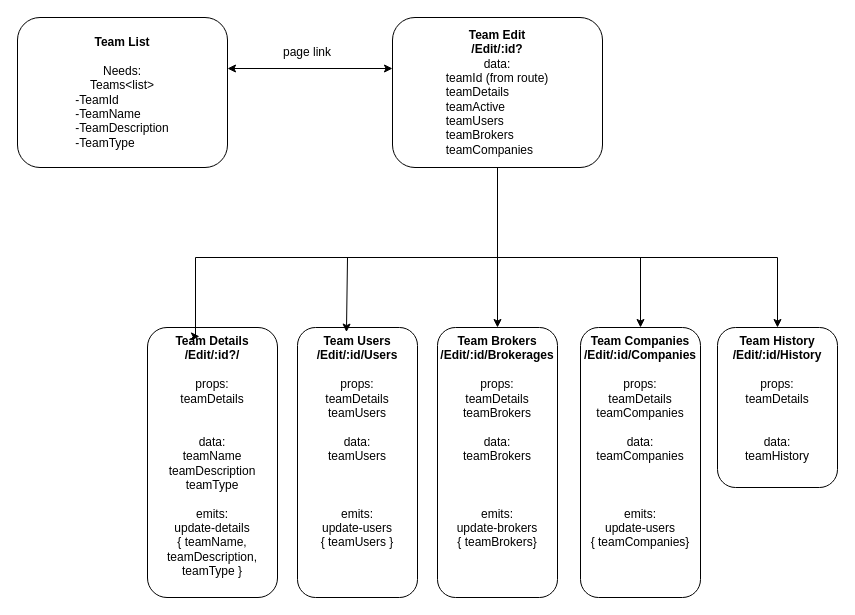
atflick/images keeps this draw.io diagram as Licensee Teams Edit.drawio. Above is the earlier version. Source tidied: cells renumbered, new cells numbered last; positions are measured from the earlier drawing's top-left corner, leaving out a move shared by most shapes. Both pictures are drawn from the tidied source at 100%, with x=0, y=0 at pixel (17, 17).
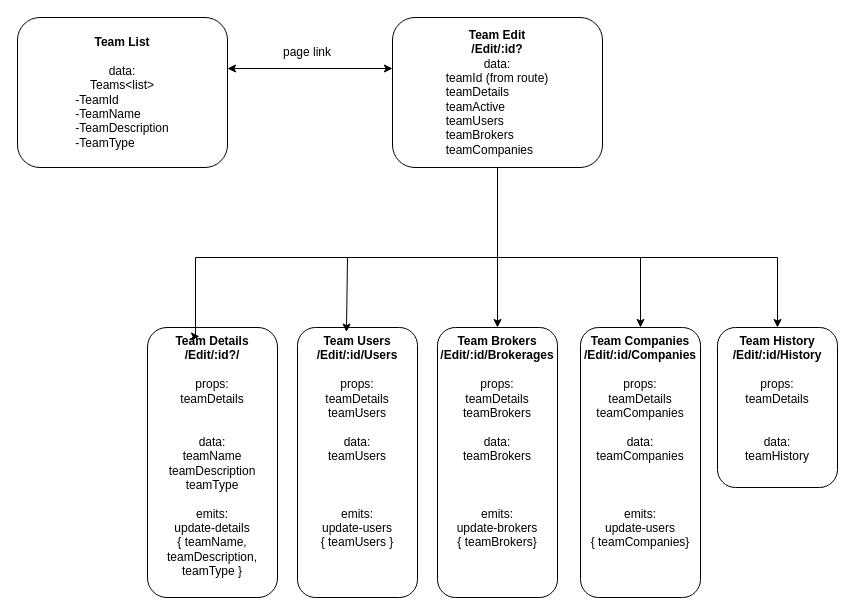
The same page after the edit.

What changed in the source:
```diff
@@
-    <mxCell id="2" value="&lt;div&gt;&lt;b&gt;Team List&lt;br&gt;&lt;/b&gt;&lt;/div&gt;&lt;div&gt;&lt;b&gt;&lt;br&gt;&lt;/b&gt;&lt;/div&gt;&lt;div&gt;Needs:&lt;/div&gt;&lt;div&gt;Teams&amp;lt;list&amp;gt;&lt;/div&gt;&lt;div align=&quot;left&quot;&gt;-TeamId &lt;br&gt;&lt;/div&gt;&lt;div align=&quot;left&quot;&gt;-TeamName&lt;/div&gt;&lt;div align=&quot;left&quot;&gt;-TeamDescription&lt;/div&gt;&lt;div align=&quot;left&quot;&gt;-TeamType&lt;br&gt;&lt;/div&gt;" style="rounded=1;whiteSpace=wrap;html=1;" parent="1" vertex="1">
+    <mxCell id="2" value="&lt;div&gt;&lt;b&gt;Team List&lt;br&gt;&lt;/b&gt;&lt;/div&gt;&lt;div&gt;&lt;b&gt;&lt;br&gt;&lt;/b&gt;&lt;/div&gt;&lt;div&gt;data:&lt;/div&gt;&lt;div&gt;Teams&amp;lt;list&amp;gt;&lt;/div&gt;&lt;div align=&quot;left&quot;&gt;-TeamId &lt;br&gt;&lt;/div&gt;&lt;div align=&quot;left&quot;&gt;-TeamName&lt;/div&gt;&lt;div align=&quot;left&quot;&gt;-TeamDescription&lt;/div&gt;&lt;div align=&quot;left&quot;&gt;-TeamType&lt;br&gt;&lt;/div&gt;" style="rounded=1;whiteSpace=wrap;html=1;" parent="1" vertex="1">
       <mxGeometry width="210" height="150" as="geometry" />
     </mxCell>
```
